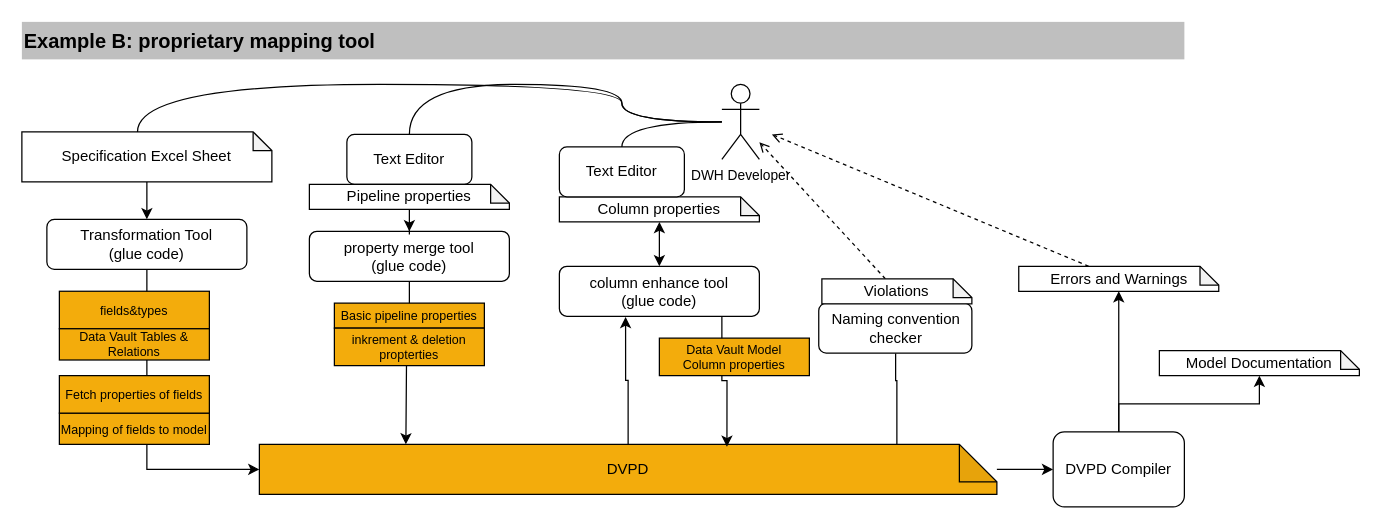
Above: documentation/images/dvdp_creation_workflow_example_b.drawio in cimt-ag/data_vault_pipelinedescription (draw.io), before the change. Source tidied: cells renumbered, new cells numbered last; positions are measured from the earlier drawing's top-left corner, leaving out a move shared by most shapes. Both pictures are drawn from the tidied source at 125%, with x=0, y=0 at pixel (21, 21).
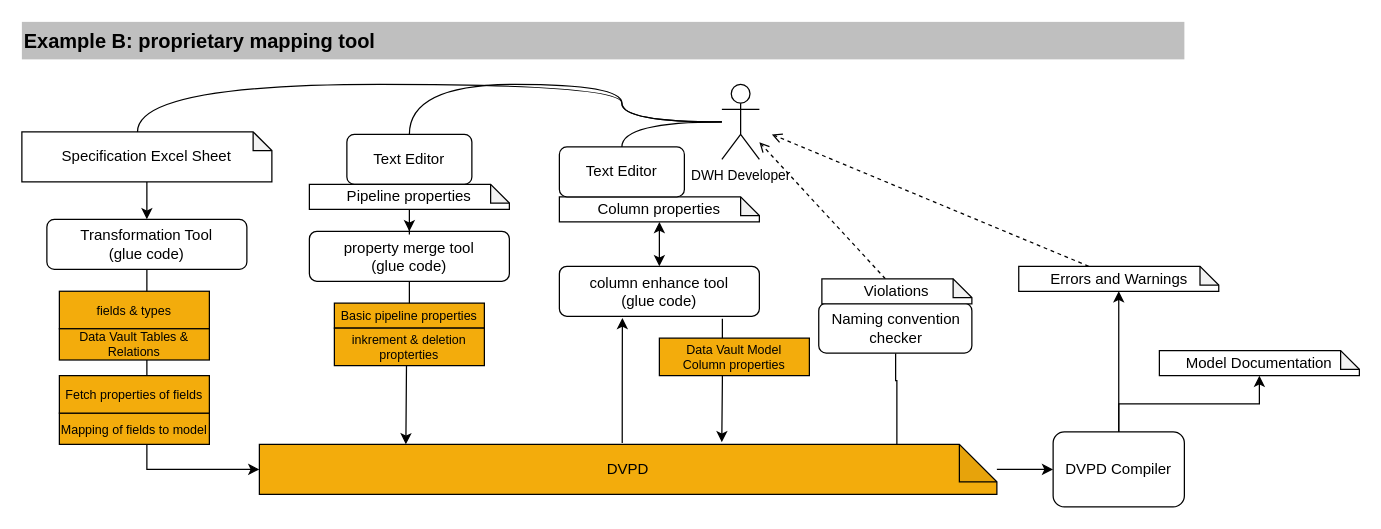
The same page after the edit.

Commit message (it also covers changes not shown here):
development_workflow_scenarios - review complete

The change refers to these unchanged cells:
```xml
<mxCell id="12" value="DVPD" style="shape=note;whiteSpace=wrap;html=1;backgroundOutline=1;darkOpacity=0.05;fillColor=#F3AC0C;gradientColor=none;" parent="1" vertex="1">
  <mxGeometry x="190" y="338" width="590" height="40" as="geometry" />
</mxCell>
<mxCell id="13" value="property merge tool&lt;br&gt;(glue code)" style="rounded=1;whiteSpace=wrap;html=1;" parent="1" vertex="1">
  <mxGeometry x="230" y="167.5" width="160" height="40" as="geometry" />
</mxCell>
<mxCell id="16" value="Pipeline properties" style="shape=note;whiteSpace=wrap;html=1;backgroundOutline=1;darkOpacity=0.05;size=15;" parent="1" vertex="1">
  <mxGeometry x="230" y="130" width="160" height="20" as="geometry" />
</mxCell>
<mxCell id="34" value="column enhance tool&lt;br&gt;(glue code)" style="rounded=1;whiteSpace=wrap;html=1;" parent="1" vertex="1">
  <mxGeometry x="430" y="195.5" width="160" height="40" as="geometry" />
</mxCell>
```

Diff of the diagram source:
```diff
@@
-    <mxCell id="10" style="edgeStyle=orthogonalEdgeStyle;shape=connector;rounded=0;jettySize=auto;html=1;entryX=0.331;entryY=1.013;entryDx=0;entryDy=0;entryPerimeter=0;labelBackgroundColor=default;strokeColor=default;fontFamily=Helvetica;fontSize=11;fontColor=default;endArrow=classic;exitX=0.5;exitY=0;exitDx=0;exitDy=0;exitPerimeter=0;" parent="1" edge="1" source="12" target="34">
+    <mxCell id="10" style="edgeStyle=orthogonalEdgeStyle;shape=connector;rounded=0;jettySize=auto;html=1;labelBackgroundColor=default;strokeColor=default;fontFamily=Helvetica;fontSize=11;fontColor=default;endArrow=classic;exitX=0.492;exitY=-0.029;exitDx=0;exitDy=0;exitPerimeter=0;entryX=0.315;entryY=1.034;entryDx=0;entryDy=0;entryPerimeter=0;" parent="1" edge="1" source="12" target="34">
       <mxGeometry relative="1" as="geometry" />
     </mxCell>
@@
-    <mxCell id="15" style="edgeStyle=orthogonalEdgeStyle;shape=connector;rounded=0;jettySize=auto;html=1;labelBackgroundColor=default;strokeColor=default;fontFamily=Helvetica;fontSize=11;fontColor=default;endArrow=classic;" parent="1" edge="1" source="16" target="13">
+    <mxCell id="15" style="edgeStyle=orthogonalEdgeStyle;rounded=0;jettySize=auto;html=1;entryX=0.5;entryY=0;entryDx=0;entryDy=0;" parent="1" edge="1" source="16" target="13">
       <mxGeometry relative="1" as="geometry" />
     </mxCell>
@@
-    <mxCell id="18" value="fields&amp;amp;types" style="rounded=0;whiteSpace=wrap;html=1;fillColor=#F3AC0C;gradientColor=none;fontSize=10;" parent="1" vertex="1">
+    <mxCell id="18" value="fields &amp;amp; types" style="rounded=0;whiteSpace=wrap;html=1;fillColor=#F3AC0C;gradientColor=none;fontSize=10;" parent="1" vertex="1">
       <mxGeometry x="30" y="215.5" width="120" height="30" as="geometry" />
     </mxCell>
@@
-    <mxCell id="33" style="edgeStyle=orthogonalEdgeStyle;shape=connector;rounded=0;jettySize=auto;html=1;entryX=0.634;entryY=0.05;entryDx=0;entryDy=0;entryPerimeter=0;labelBackgroundColor=default;strokeColor=default;fontFamily=Helvetica;fontSize=11;fontColor=default;endArrow=classic;" parent="1" edge="1" source="34" target="12">
-      <mxGeometry relative="1" as="geometry">
-        <Array as="points">
-          <mxPoint x="560" y="287" />
-          <mxPoint x="564" y="287" />
-        </Array>
-      </mxGeometry>
+    <mxCell id="33" style="edgeStyle=orthogonalEdgeStyle;shape=connector;rounded=0;jettySize=auto;html=1;entryX=0.627;entryY=-0.043;entryDx=0;entryDy=0;entryPerimeter=0;labelBackgroundColor=default;strokeColor=default;fontFamily=Helvetica;fontSize=11;fontColor=default;endArrow=classic;exitX=0.815;exitY=1.048;exitDx=0;exitDy=0;exitPerimeter=0;" parent="1" edge="1" source="34" target="12">
+      <mxGeometry relative="1" as="geometry" />
     </mxCell>
```
